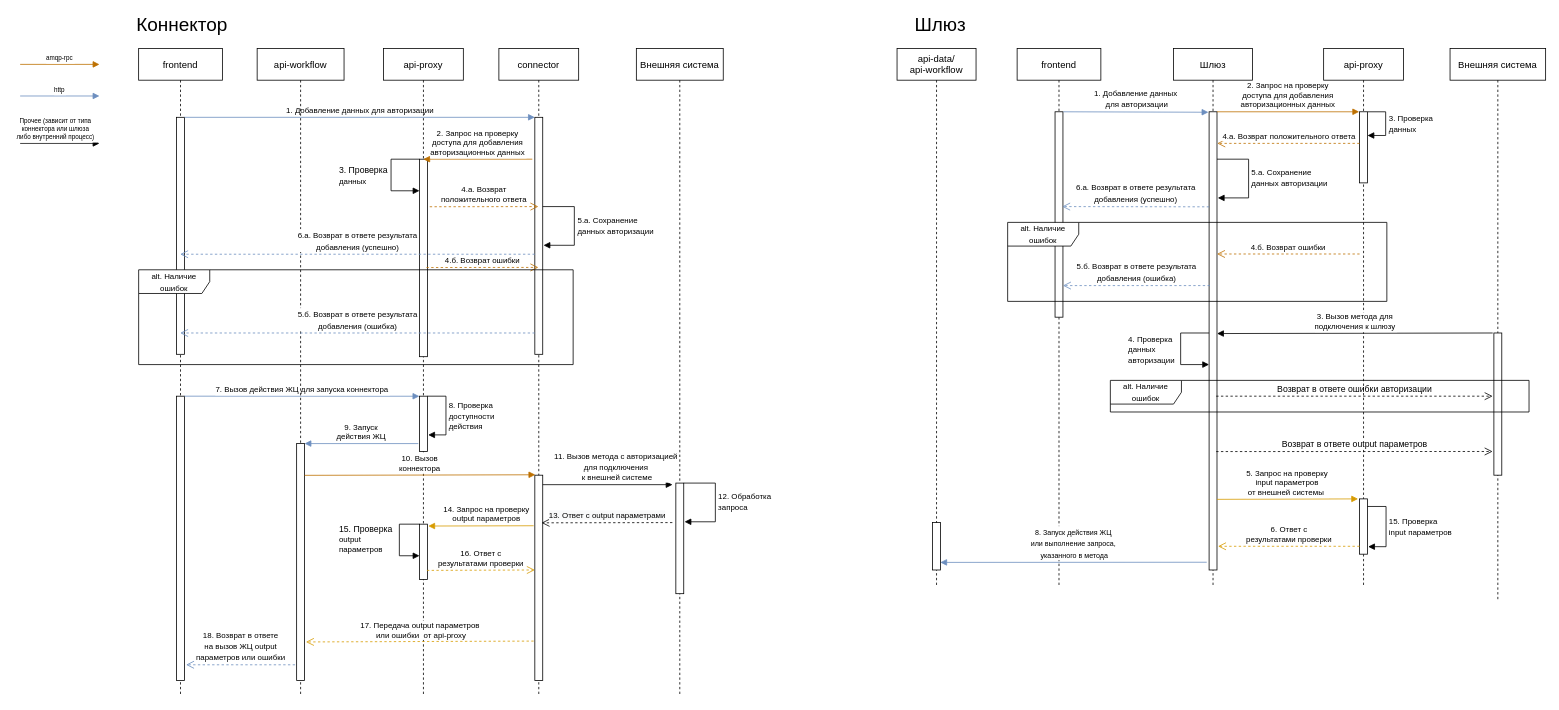
Earlier version of the draw.io diagram IntegrationDiagram.drawio (ugarova/docs-drawio). Source tidied: cells renumbered, new cells numbered last; positions are measured from the earlier drawing's top-left corner, leaving out a move shared by most shapes. Both pictures are drawn from the tidied source at 79%, with x=0, y=0 at pixel (20, 17).
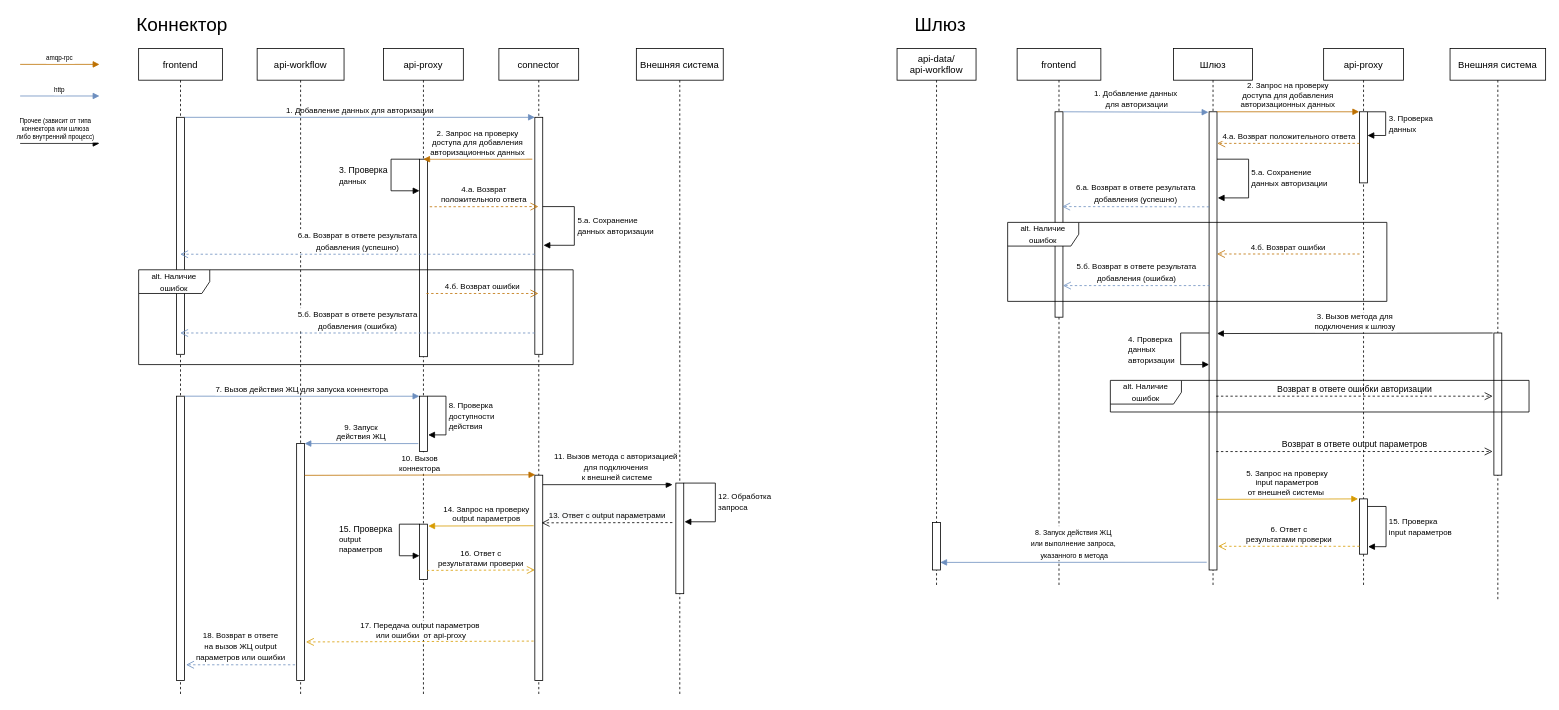
After the change.

The change refers to these unchanged cells:
```xml
<mxCell id="43" value="api-proxy" style="shape=umlLifeline;perimeter=lifelinePerimeter;rounded=0;shadow=0;strokeWidth=1;size=40;" parent="1" vertex="1">
  <mxGeometry x="460" y="40" width="101" height="820" as="geometry" />
</mxCell>
<mxCell id="51" value="connector" style="shape=umlLifeline;perimeter=lifelinePerimeter;rounded=0;shadow=0;strokeWidth=1;" parent="1" vertex="1">
  <mxGeometry x="606" y="40" width="101" height="820" as="geometry" />
</mxCell>
```

Diff of the diagram source:
```diff
@@
-    <mxCell id="64" value="&lt;font style=&quot;font-size: 10px;&quot;&gt;4.б. Возврат ошибки&lt;/font&gt;" style="html=1;verticalAlign=bottom;endArrow=open;dashed=1;endSize=8;edgeStyle=elbowEdgeStyle;elbow=vertical;curved=0;rounded=0;fillColor=#ffcd28;gradientColor=#ffa500;strokeColor=#BD7000;exitX=0.538;exitY=0.338;exitDx=0;exitDy=0;exitPerimeter=0;" parent="1" edge="1" source="43" target="51">
-      <mxGeometry relative="1" as="geometry" />
+    <mxCell id="64" value="&lt;font style=&quot;font-size: 10px;&quot;&gt;4.б. Возврат ошибки&lt;/font&gt;" style="html=1;verticalAlign=bottom;endArrow=open;dashed=1;endSize=8;edgeStyle=elbowEdgeStyle;elbow=vertical;curved=0;rounded=0;fillColor=#ffcd28;gradientColor=#ffa500;strokeColor=#BD7000;exitX=0.538;exitY=0.338;exitDx=0;exitDy=0;exitPerimeter=0;" parent="1" edge="1">
+      <mxGeometry relative="1" as="geometry">
+        <mxPoint x="514.3" y="350" as="sourcePoint" />
+        <mxPoint x="656" y="350.3" as="targetPoint" />
+      </mxGeometry>
     </mxCell>
```
